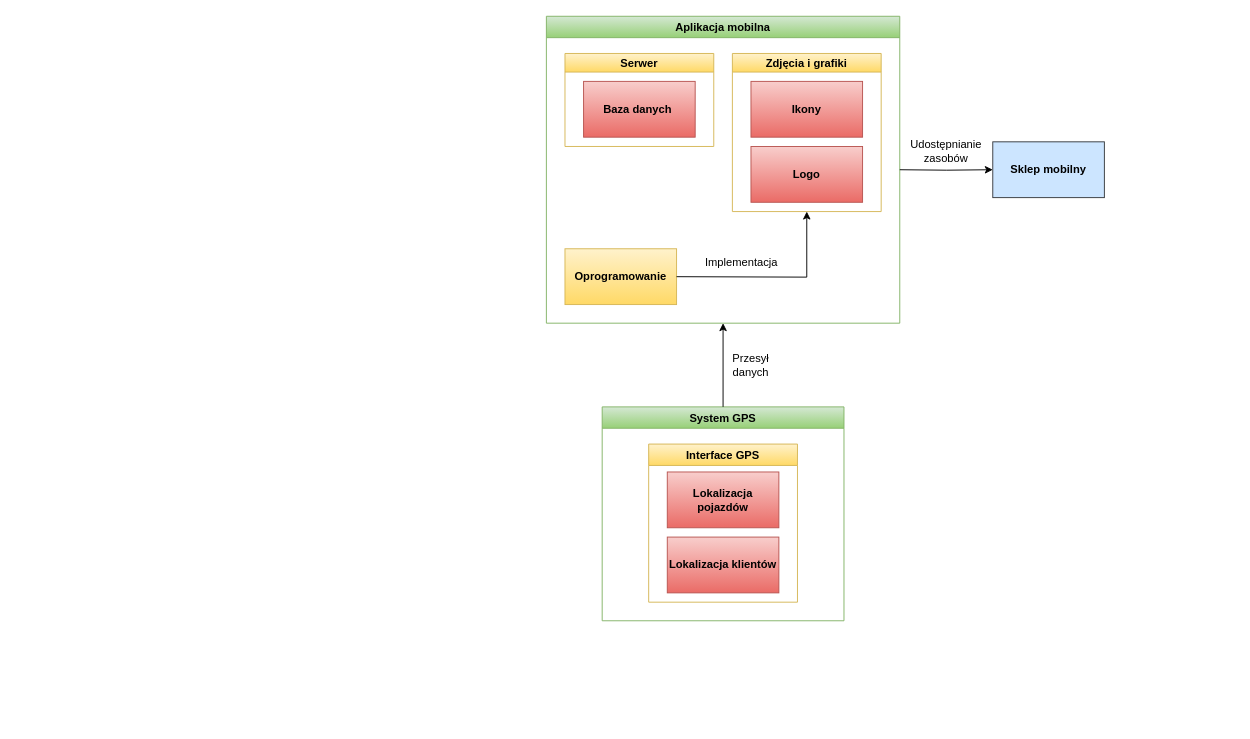
This is SystemPrzejazdówOsobowych.drawio from angelikawroblewska/System-przejazd-w-osobowych-, a draw.io file, before an edit. Source tidied: cells renumbered, new cells numbered last; positions are measured from the earlier drawing's top-left corner, leaving out a move shared by most shapes. Both pictures are drawn from the tidied source at 93%, with x=0, y=0 at pixel (527, 16).
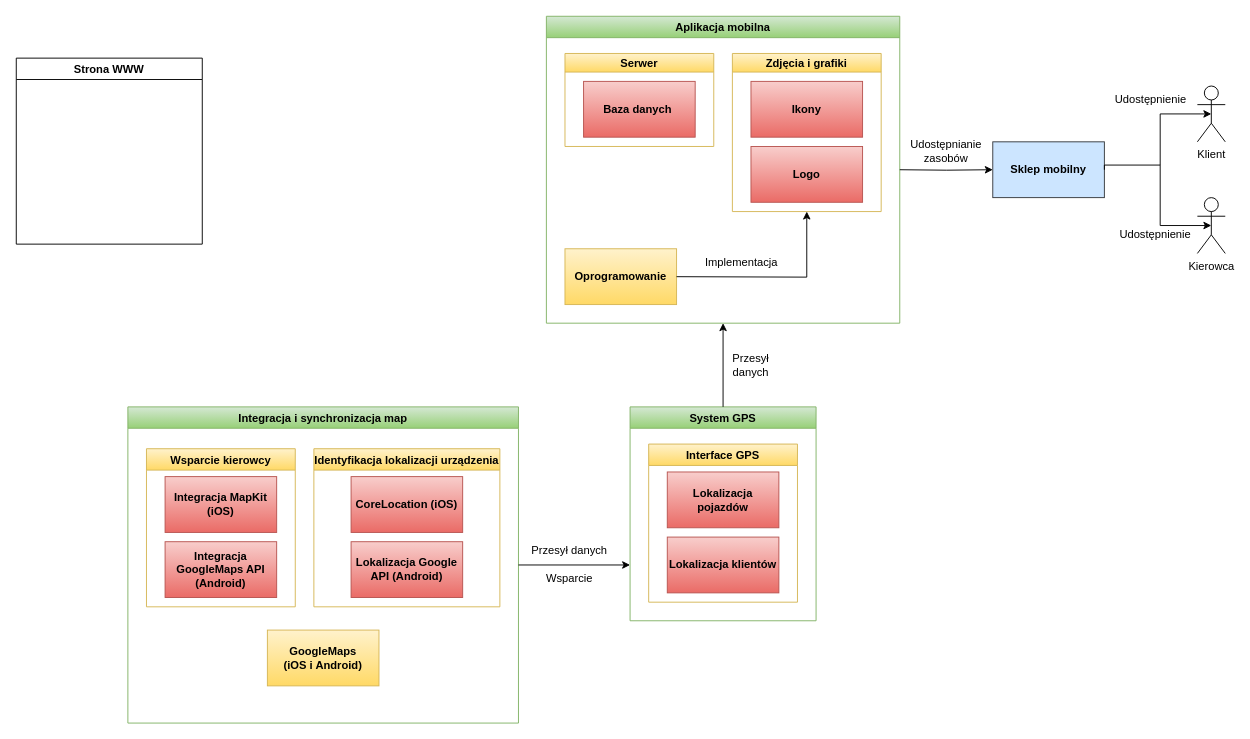
Above is the later version.

What changed in the source:
```diff
@@
     <mxCell id="15" value="System GPS" style="swimlane;strokeWidth=1;gradientColor=#97d077;fillColor=#d5e8d4;strokeColor=#82b366;" parent="1" vertex="1">
-      <mxGeometry x="80" y="420" width="260" height="230" as="geometry" />
+      <mxGeometry x="110" y="420" width="200" height="230" as="geometry" />
     </mxCell>
     <mxCell id="16" value="Interface GPS" style="swimlane;strokeWidth=1;fontStyle=1;gradientColor=#ffd966;fillColor=#fff2cc;strokeColor=#d6b656;" parent="15" vertex="1">
-      <mxGeometry x="50" y="40" width="160" height="170" as="geometry" />
+      <mxGeometry x="20" y="40" width="160" height="170" as="geometry" />
     </mxCell>
@@
+    <mxCell id="21" value="Integracja i synchronizacja map" style="swimlane;strokeWidth=1;gradientColor=#97d077;fillColor=#d5e8d4;strokeColor=#82b366;" parent="1" vertex="1">
+      <mxGeometry x="-430" y="420" width="420" height="340" as="geometry" />
+    </mxCell>
+    <mxCell id="22" value="Wsparcie kierowcy" style="swimlane;strokeWidth=1;gradientColor=#ffd966;fillColor=#fff2cc;strokeColor=#d6b656;" parent="21" vertex="1">
+      <mxGeometry x="20" y="45" width="160" height="170" as="geometry" />
+    </mxCell>
+    <mxCell id="23" value="Integracja MapKit (iOS)" style="rounded=0;whiteSpace=wrap;html=1;strokeWidth=1;gradientColor=#ea6b66;fillColor=#f8cecc;strokeColor=#b85450;fontStyle=1;" parent="22" vertex="1">
+      <mxGeometry x="20" y="30" width="120" height="60" as="geometry" />
+    </mxCell>
+    <mxCell id="24" value="Integracja GoogleMaps API (Android)" style="rounded=0;whiteSpace=wrap;html=1;strokeWidth=1;gradientColor=#ea6b66;fillColor=#f8cecc;strokeColor=#b85450;fontStyle=1;" parent="22" vertex="1">
+      <mxGeometry x="20" y="100" width="120" height="60" as="geometry" />
+    </mxCell>
+    <mxCell id="25" value="Identyfikacja lokalizacji urządzenia" style="swimlane;strokeWidth=1;gradientColor=#ffd966;fillColor=#fff2cc;strokeColor=#d6b656;" parent="21" vertex="1">
+      <mxGeometry x="200" y="45" width="200" height="170" as="geometry" />
+    </mxCell>
+    <mxCell id="26" value="CoreLocation (iOS)" style="rounded=0;whiteSpace=wrap;html=1;strokeWidth=1;gradientColor=#ea6b66;fillColor=#f8cecc;strokeColor=#b85450;fontStyle=1;" parent="25" vertex="1">
+      <mxGeometry x="40" y="30" width="120" height="60" as="geometry" />
+    </mxCell>
+    <mxCell id="27" value="Lokalizacja Google API (Android)" style="rounded=0;whiteSpace=wrap;html=1;strokeWidth=1;gradientColor=#ea6b66;fillColor=#f8cecc;strokeColor=#b85450;fontStyle=1;" parent="25" vertex="1">
+      <mxGeometry x="40" y="100" width="120" height="60" as="geometry" />
+    </mxCell>
+    <mxCell id="28" value="GoogleMaps &lt;br&gt;(iOS i Android)" style="rounded=0;whiteSpace=wrap;html=1;strokeWidth=1;gradientColor=#ffd966;fillColor=#fff2cc;strokeColor=#d6b656;fontStyle=1;" parent="21" vertex="1">
+      <mxGeometry x="150" y="240" width="120" height="60" as="geometry" />
+    </mxCell>
+    <mxCell id="29" style="endArrow=classic;html=1;rounded=0;edgeStyle=orthogonalEdgeStyle;" parent="1" edge="1">
+      <mxGeometry relative="1" as="geometry">
+        <mxPoint x="-10" y="590" as="sourcePoint" />
+        <mxPoint x="110" y="590" as="targetPoint" />
+      </mxGeometry>
+    </mxCell>
+    <mxCell id="30" value="Przesył danych" style="text;html=1;strokeColor=none;fillColor=none;align=center;verticalAlign=middle;whiteSpace=wrap;rounded=0;" parent="1" vertex="1">
+      <mxGeometry y="560" width="90" height="30" as="geometry" />
+    </mxCell>
+    <mxCell id="31" value="Wsparcie" style="text;html=1;strokeColor=none;fillColor=none;align=center;verticalAlign=middle;whiteSpace=wrap;rounded=0;" parent="1" vertex="1">
+      <mxGeometry x="15" y="590" width="60" height="30" as="geometry" />
+    </mxCell>
+    <mxCell id="32" value="Strona WWW" style="swimlane;strokeWidth=1;" parent="1" vertex="1">
+      <mxGeometry x="-550" y="45" width="200" height="200" as="geometry" />
+    </mxCell>
+    <mxCell id="33" value="Klient" style="shape=umlActor;verticalLabelPosition=bottom;verticalAlign=top;html=1;outlineConnect=0;strokeWidth=1;" parent="1" vertex="1">
+      <mxGeometry x="720" y="75" width="30" height="60" as="geometry" />
+    </mxCell>
+    <mxCell id="34" value="Kierowca" style="shape=umlActor;verticalLabelPosition=bottom;verticalAlign=top;html=1;outlineConnect=0;strokeWidth=1;" parent="1" vertex="1">
+      <mxGeometry x="720" y="195" width="30" height="60" as="geometry" />
+    </mxCell>
+    <mxCell id="35" style="endArrow=classic;html=1;rounded=0;edgeStyle=orthogonalEdgeStyle;entryX=0.5;entryY=0.5;entryDx=0;entryDy=0;entryPerimeter=0;" parent="1" edge="1" target="33">
+      <mxGeometry relative="1" as="geometry">
+        <mxPoint x="620" y="165" as="sourcePoint" />
+        <Array as="points">
+          <mxPoint x="620" y="160" />
+          <mxPoint x="680" y="160" />
+          <mxPoint x="680" y="105" />
+        </Array>
+      </mxGeometry>
+    </mxCell>
+    <mxCell id="36" style="endArrow=classic;html=1;rounded=0;edgeStyle=orthogonalEdgeStyle;entryX=0.5;entryY=0.5;entryDx=0;entryDy=0;entryPerimeter=0;" parent="1" edge="1" target="34">
+      <mxGeometry relative="1" as="geometry">
+        <mxPoint x="680" y="160" as="sourcePoint" />
+        <Array as="points">
+          <mxPoint x="680" y="225" />
+        </Array>
+      </mxGeometry>
+    </mxCell>
+    <mxCell id="37" value="Udostępnienie" style="text;html=1;strokeColor=none;fillColor=none;align=center;verticalAlign=middle;whiteSpace=wrap;rounded=0;" parent="1" vertex="1">
+      <mxGeometry x="640" y="80" width="60" height="20" as="geometry" />
+    </mxCell>
+    <mxCell id="38" value="Udostępnienie" style="text;html=1;strokeColor=none;fillColor=none;align=center;verticalAlign=middle;whiteSpace=wrap;rounded=0;" parent="1" vertex="1">
+      <mxGeometry x="650" y="230" width="50" height="10" as="geometry" />
+    </mxCell>
```
